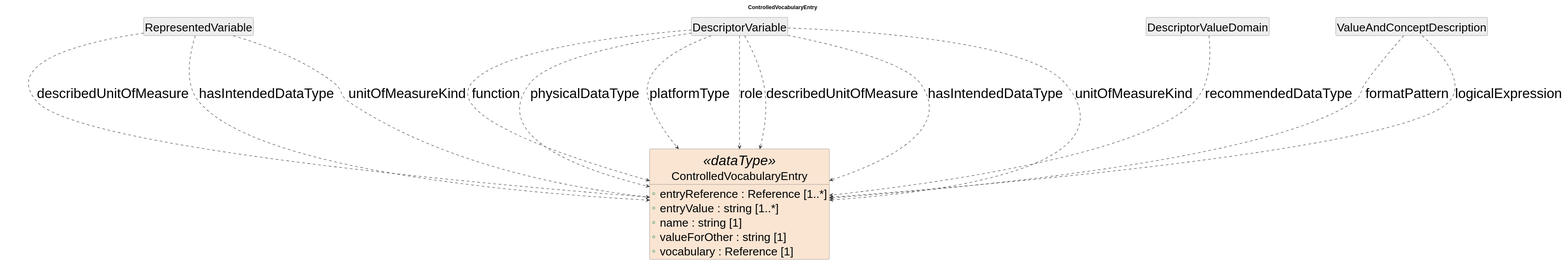
Earlier version of the PlantUML export cdif-uml-model/_plantuml/discoveryDataDescriptionStructure/DataTypes/ControlledVocabularyEntry.svg (Cross-Domain-Interoperability-Framework/metadataBuildingBlocks). Its diagram source:
```plantuml
@startuml
title ControlledVocabularyEntry
hide circle
hide empty members
skinparam shadowing false
skinparam ArrowThickness 1.2
skinparam ranksep 250
skinparam nodesep 20
skinparam defaultFontSize 36
skinparam class {
  ArrowColor #404040
  BorderColor #404040
  FontSize 36
  AttributeFontSize 30
}

class "ControlledVocabularyEntry" as ControlledVocabularyEntry <<dataType>> #FAE5D3 {
  +entryReference : Reference [1..*]
  +entryValue : string [1..*]
  +name : string [1]
  +valueForOther : string [1]
  +vocabulary : Reference [1]
}
class "RepresentedVariable" as RepresentedVariable #EEEEEE
RepresentedVariable ..> ControlledVocabularyEntry : describedUnitOfMeasure
RepresentedVariable ..> ControlledVocabularyEntry : hasIntendedDataType
RepresentedVariable ..> ControlledVocabularyEntry : unitOfMeasureKind
class "DescriptorVariable" as DescriptorVariable #EEEEEE
DescriptorVariable ..> ControlledVocabularyEntry : function
DescriptorVariable ..> ControlledVocabularyEntry : physicalDataType
DescriptorVariable ..> ControlledVocabularyEntry : platformType
DescriptorVariable ..> ControlledVocabularyEntry : role
DescriptorVariable ..> ControlledVocabularyEntry : describedUnitOfMeasure
DescriptorVariable ..> ControlledVocabularyEntry : hasIntendedDataType
DescriptorVariable ..> ControlledVocabularyEntry : unitOfMeasureKind
class "DescriptorValueDomain" as DescriptorValueDomain #EEEEEE
DescriptorValueDomain ..> ControlledVocabularyEntry : recommendedDataType
class "ValueAndConceptDescription" as ValueAndConceptDescription #EEEEEE
ValueAndConceptDescription ..> ControlledVocabularyEntry : formatPattern
ValueAndConceptDescription ..> ControlledVocabularyEntry : logicalExpression
@enduml
```
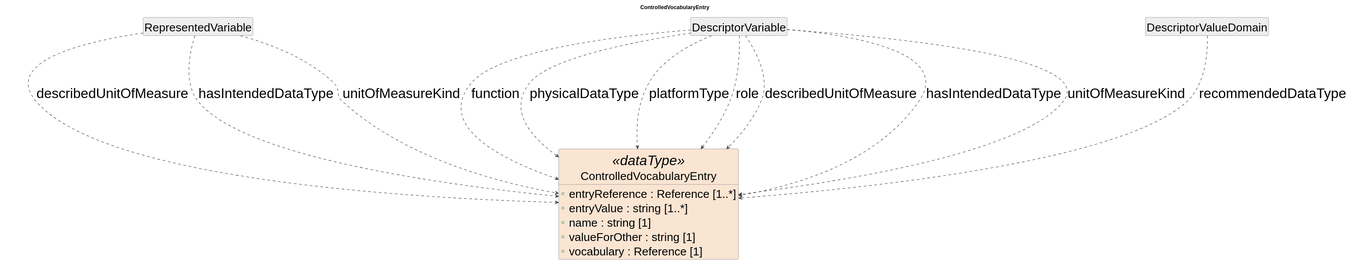
After the commit.

The edit, as a diff of the source:
```diff
@@ -35,7 +35,4 @@
 DescriptorVariable ..> ControlledVocabularyEntry : unitOfMeasureKind
 class "DescriptorValueDomain" as DescriptorValueDomain #EEEEEE
 DescriptorValueDomain ..> ControlledVocabularyEntry : recommendedDataType
-class "ValueAndConceptDescription" as ValueAndConceptDescription #EEEEEE
-ValueAndConceptDescription ..> ControlledVocabularyEntry : formatPattern
-ValueAndConceptDescription ..> ControlledVocabularyEntry : logicalExpression
 @enduml
```
